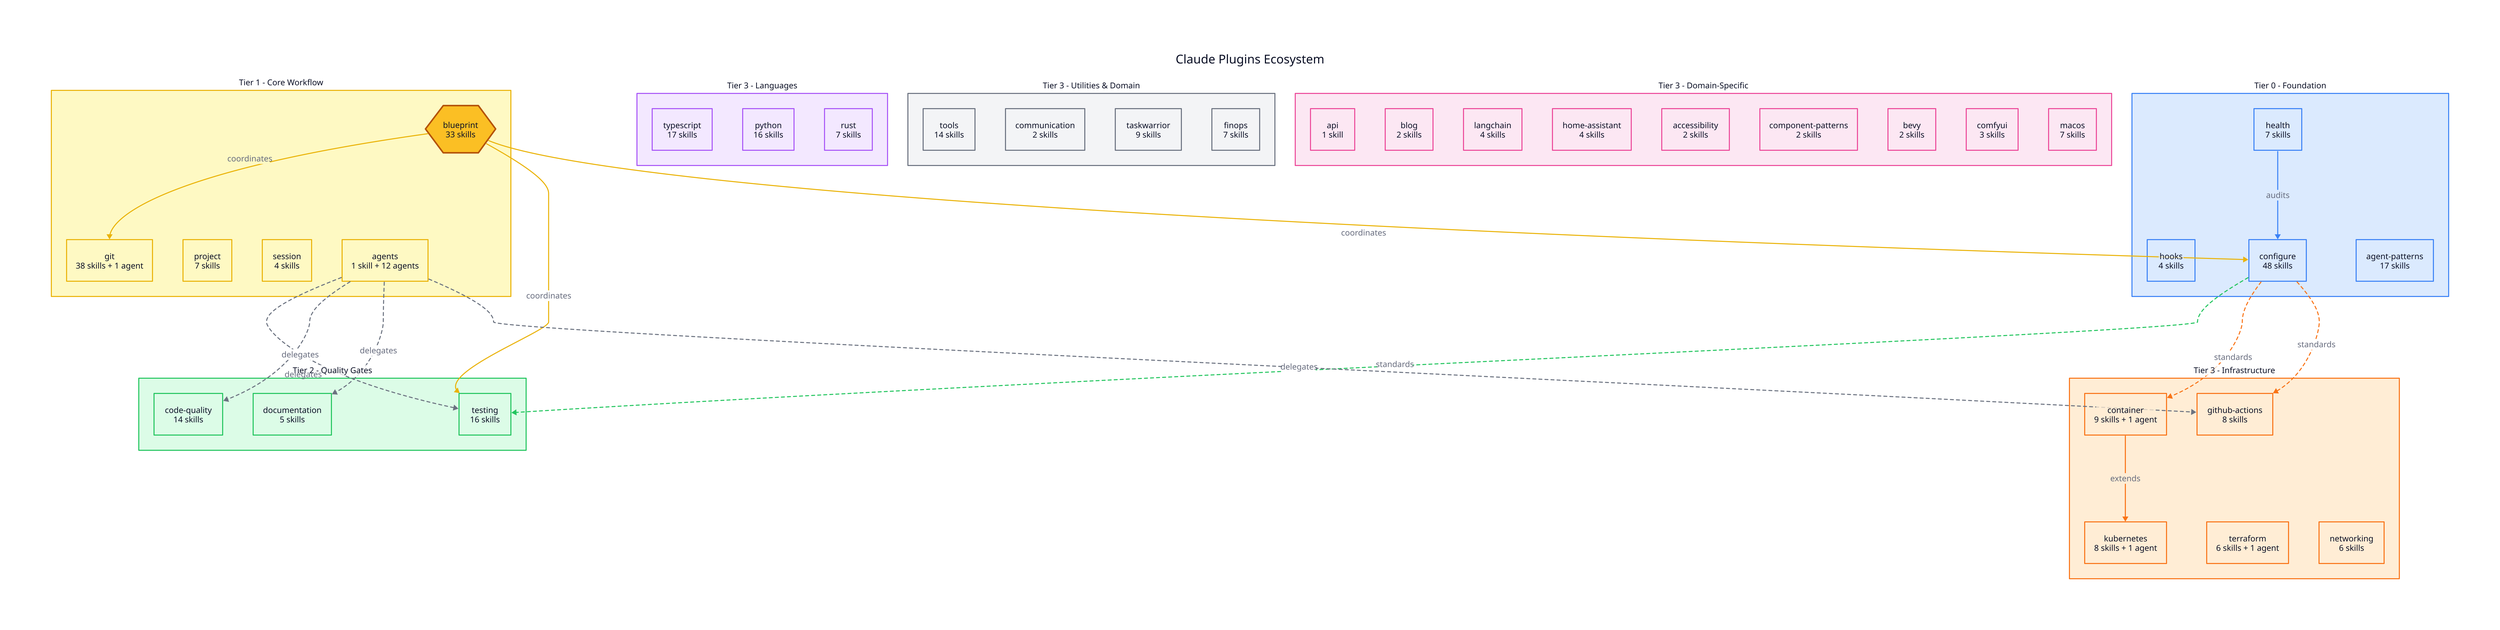
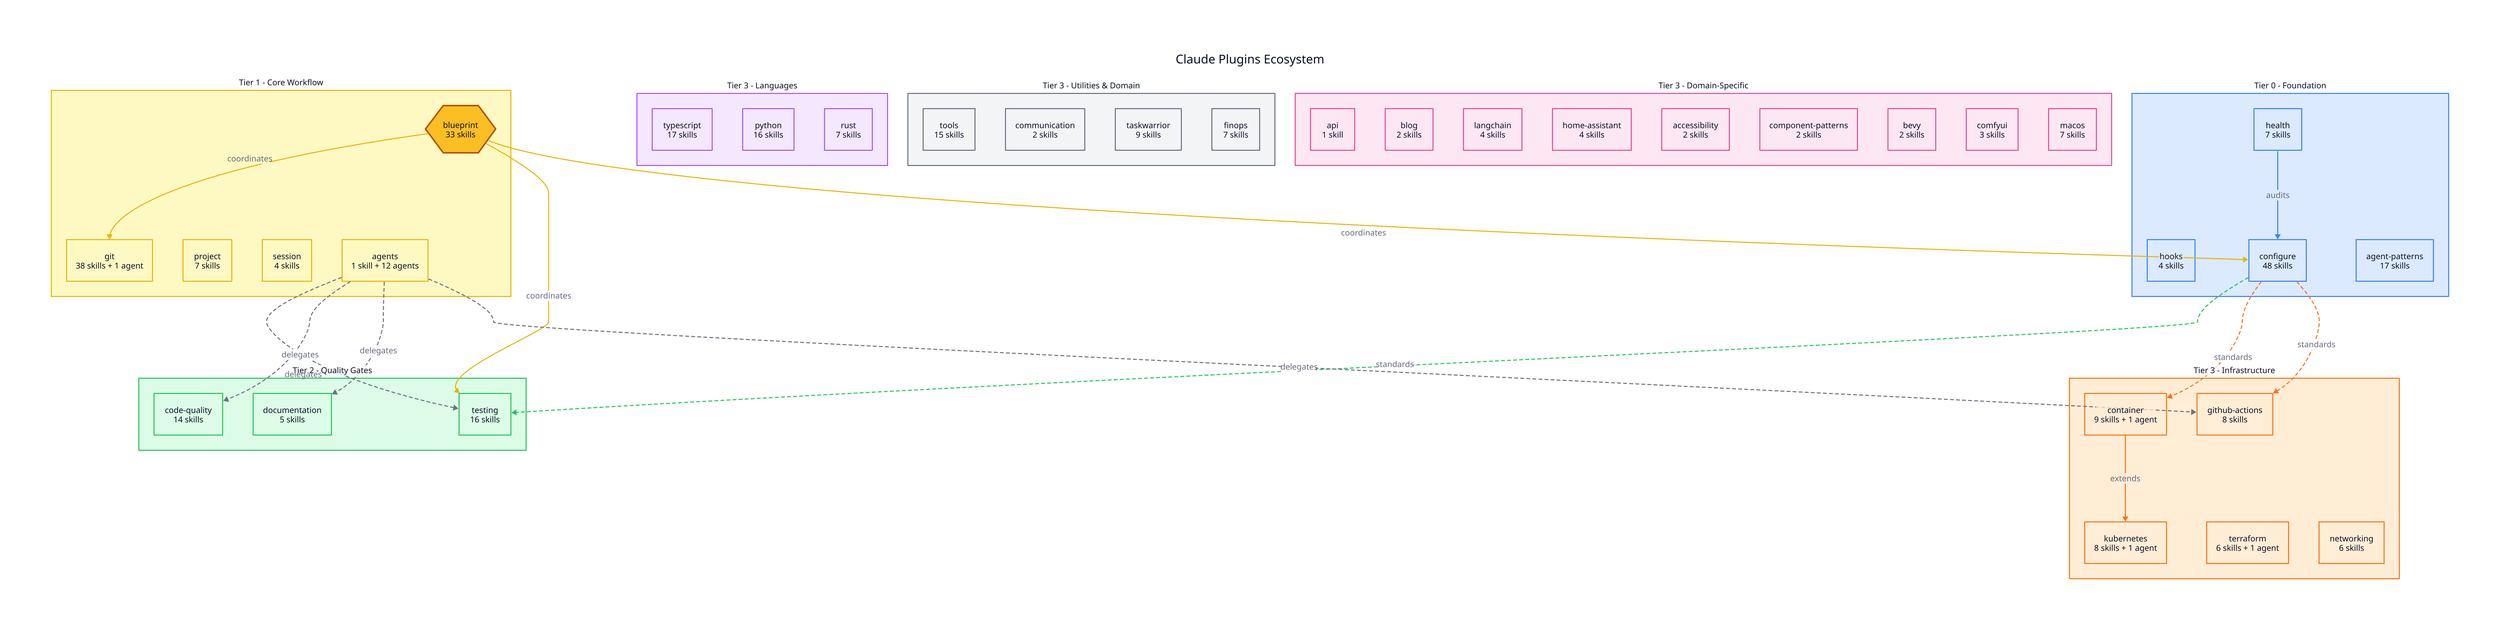
direction: down

title: "Claude Plugins Ecosystem" {
  near: top-center
  shape: text
  style: {
    font-size: 24
    bold: true
  }
}

# === CLASSES ===
classes: {
  foundation: {
    style.fill: "#dbeafe"
    style.stroke: "#3b82f6"
  }
  core: {
    style.fill: "#fef9c3"
    style.stroke: "#eab308"
  }
  quality: {
    style.fill: "#dcfce7"
    style.stroke: "#22c55e"
  }
  language: {
    style.fill: "#f3e8ff"
    style.stroke: "#a855f7"
  }
  infra: {
    style.fill: "#ffedd5"
    style.stroke: "#f97316"
  }
  utility: {
    style.fill: "#f3f4f6"
    style.stroke: "#6b7280"
  }
  domain: {
    style.fill: "#fce7f3"
    style.stroke: "#ec4899"
  }
}

# === TIER 0: FOUNDATION ===
foundation: {
  label: "Tier 0 - Foundation"
  class: foundation
  style.font-size: 16
  style.bold: true

  health: {
    label: "health\n7 skills"
    shape: rectangle
    class: foundation
  }
  hooks: {
    label: "hooks\n4 skills"
    shape: rectangle
    class: foundation
  }
  configure: {
    label: "configure\n48 skills"
    shape: rectangle
    class: foundation
  }
  agent-patterns: {
    label: "agent-patterns\n17 skills"
    shape: rectangle
    class: foundation
  }
}

# === TIER 1: CORE WORKFLOW ===
core: {
  label: "Tier 1 - Core Workflow"
  class: core
  style.font-size: 16
  style.bold: true

  blueprint: {
    label: "blueprint\n33 skills"
    shape: hexagon
    style.fill: "#fbbf24"
    style.stroke: "#b45309"
    style.stroke-width: 3
  }
  git: {
    label: "git\n38 skills + 1 agent"
    shape: rectangle
    class: core
  }
  project: {
    label: "project\n7 skills"
    shape: rectangle
    class: core
  }
  session: {
    label: "session\n4 skills"
    shape: rectangle
    class: core
  }
  agents: {
    label: "agents\n1 skill + 12 agents"
    shape: rectangle
    class: core
  }
}

# === TIER 2: QUALITY GATES ===
quality: {
  label: "Tier 2 - Quality Gates"
  class: quality
  style.font-size: 16
  style.bold: true

  testing: {
    label: "testing\n16 skills"
    shape: rectangle
    class: quality
  }
  code-quality: {
    label: "code-quality\n14 skills"
    shape: rectangle
    class: quality
  }
  documentation: {
    label: "documentation\n5 skills"
    shape: rectangle
    class: quality
  }
}

# === TIER 3: LANGUAGE ===
language: {
  label: "Tier 3 - Languages"
  class: language
  style.font-size: 16
  style.bold: true

  typescript: {
    label: "typescript\n17 skills"
    shape: rectangle
    class: language
  }
  python: {
    label: "python\n16 skills"
    shape: rectangle
    class: language
  }
  rust: {
    label: "rust\n7 skills"
    shape: rectangle
    class: language
  }
}

# === TIER 3: INFRASTRUCTURE ===
infra: {
  label: "Tier 3 - Infrastructure"
  class: infra
  style.font-size: 16
  style.bold: true

  container: {
    label: "container\n9 skills + 1 agent"
    shape: rectangle
    class: infra
  }
  kubernetes: {
    label: "kubernetes\n8 skills + 1 agent"
    shape: rectangle
    class: infra
  }
  terraform: {
    label: "terraform\n6 skills + 1 agent"
    shape: rectangle
    class: infra
  }
  github-actions: {
    label: "github-actions\n8 skills"
    shape: rectangle
    class: infra
  }
  networking: {
    label: "networking\n6 skills"
    shape: rectangle
    class: infra
  }
}

# === TIER 3: UTILITIES & DOMAIN ===
utilities: {
  label: "Tier 3 - Utilities & Domain"
  class: utility
  style.font-size: 16
  style.bold: true

  tools: {
-     label: "tools\n14 skills"
+     label: "tools\n15 skills"
    shape: rectangle
    class: utility
  }
  communication: {
    label: "communication\n2 skills"
    shape: rectangle
    class: utility
  }
  taskwarrior: {
    label: "taskwarrior\n9 skills"
    shape: rectangle
    class: utility
  }
  finops: {
    label: "finops\n7 skills"
    shape: rectangle
    class: utility
  }
}

domain: {
  label: "Tier 3 - Domain-Specific"
  class: domain
  style.font-size: 16
  style.bold: true

  api: {
    label: "api\n1 skill"
    shape: rectangle
    class: domain
  }
  blog: {
    label: "blog\n2 skills"
    shape: rectangle
    class: domain
  }
  langchain: {
    label: "langchain\n4 skills"
    shape: rectangle
    class: domain
  }
  home-assistant: {
    label: "home-assistant\n4 skills"
    shape: rectangle
    class: domain
  }
  accessibility: {
    label: "accessibility\n2 skills"
    shape: rectangle
    class: domain
  }
  component-patterns: {
    label: "component-patterns\n2 skills"
    shape: rectangle
    class: domain
  }
  bevy: {
    label: "bevy\n2 skills"
    shape: rectangle
    class: domain
  }
  comfyui: {
    label: "comfyui\n3 skills"
    shape: rectangle
    class: domain
  }
  macos: {
    label: "macos\n7 skills"
    shape: rectangle
    class: domain
  }
}

# === RELATIONSHIPS ===

# Foundation flows
foundation.health -> foundation.configure: "audits" {
  style.stroke: "#3b82f6"
}

# Configure provides standards for
foundation.configure -> quality.testing: "standards" {
  style.stroke: "#22c55e"
  style.stroke-dash: 3
}
foundation.configure -> infra.container: "standards" {
  style.stroke: "#f97316"
  style.stroke-dash: 3
}
foundation.configure -> infra.github-actions: "standards" {
  style.stroke: "#f97316"
  style.stroke-dash: 3
}

# Blueprint coordinates
core.blueprint -> core.git: "coordinates" {
  style.stroke: "#eab308"
}
core.blueprint -> quality.testing: "coordinates" {
  style.stroke: "#eab308"
}
core.blueprint -> foundation.configure: "coordinates" {
  style.stroke: "#eab308"
}

# Agents delegate to
core.agents -> quality.testing: "delegates" {
  style.stroke: "#6b7280"
  style.stroke-dash: 3
}
core.agents -> quality.code-quality: "delegates" {
  style.stroke: "#6b7280"
  style.stroke-dash: 3
}
core.agents -> quality.documentation: "delegates" {
  style.stroke: "#6b7280"
  style.stroke-dash: 3
}
core.agents -> infra.github-actions: "delegates" {
  style.stroke: "#6b7280"
  style.stroke-dash: 3
}

# Infrastructure extends
infra.container -> infra.kubernetes: "extends" {
  style.stroke: "#f97316"
}
